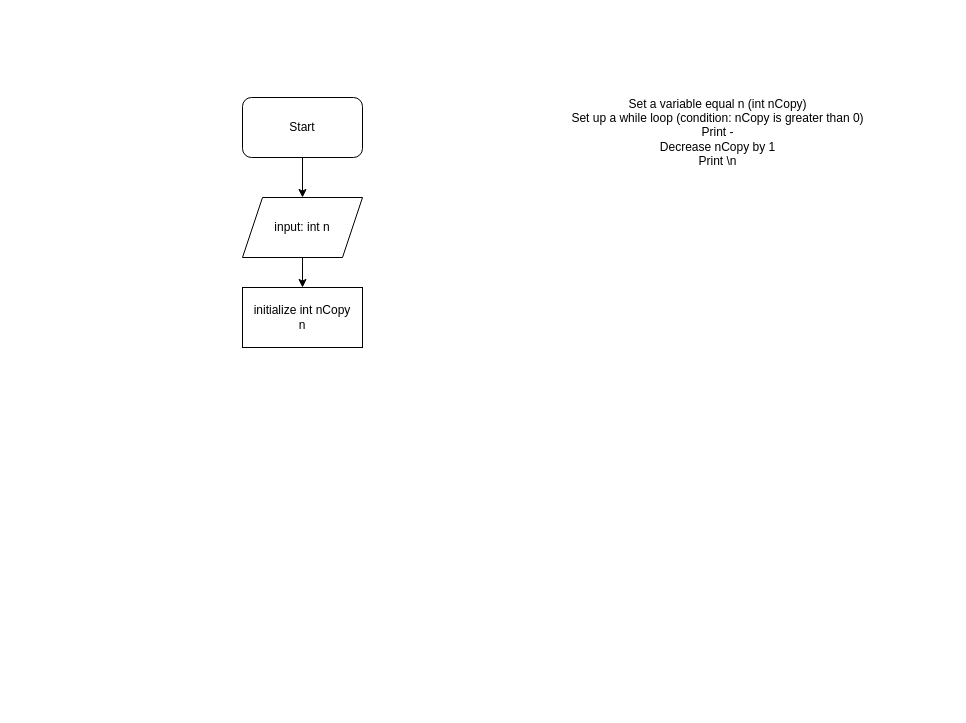
Earlier version of the draw.io diagram flowcharts/Untitled Diagram.drawio (0ussamaBernou/flowcharts). Source tidied: cells renumbered, new cells numbered last; positions are measured from the earlier drawing's top-left corner, leaving out a move shared by most shapes. Both pictures are drawn from the tidied source at 100%, with x=0, y=0 at pixel (242, 87).
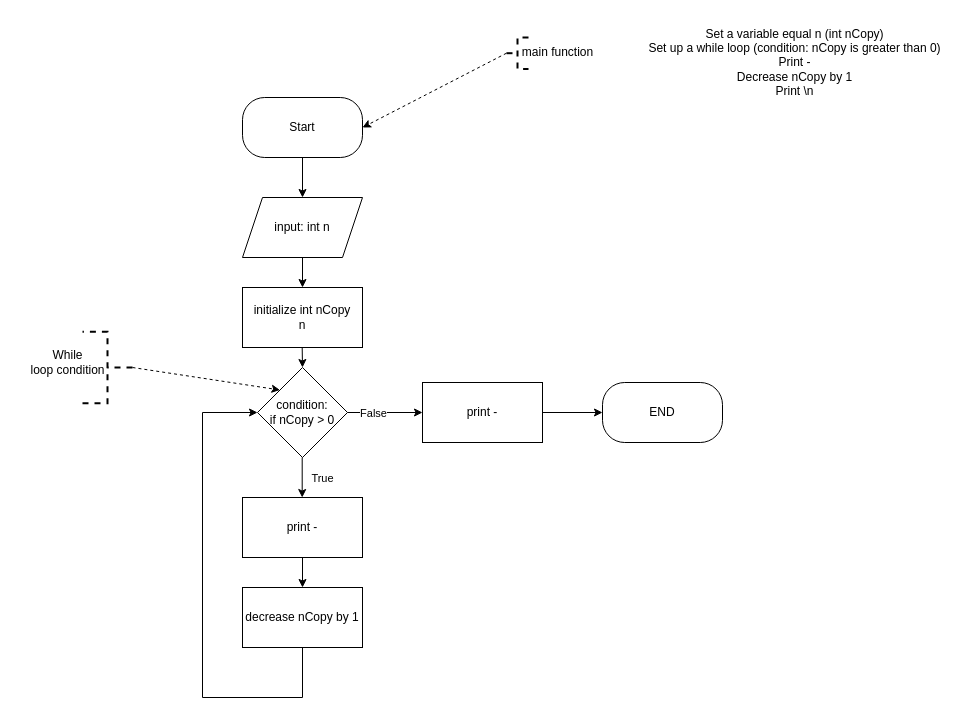
The same diagram, later.

What changed in the source:
```diff
@@
-    <mxCell id="2" value="Start" style="rounded=1;whiteSpace=wrap;html=1;align=center;" parent="1" vertex="1">
+    <mxCell id="2" value="Start" style="rounded=1;whiteSpace=wrap;html=1;align=center;arcSize=37;" parent="1" vertex="1">
       <mxGeometry y="10" width="120" height="60" as="geometry" />
     </mxCell>
@@
     <mxCell id="4" value="Set a variable equal n (int nCopy)&lt;br&gt;Set up a while loop (condition: nCopy is greater than 0)&lt;br&gt;Print -&lt;br&gt;Decrease nCopy by 1&lt;br&gt;Print \n" style="text;html=1;align=center;verticalAlign=middle;strokeColor=none;fillColor=none;" parent="1" vertex="1">
-      <mxGeometry x="320" width="310" height="90" as="geometry" />
+      <mxGeometry x="397" y="-70" width="310" height="90" as="geometry" />
     </mxCell>
@@
+    <mxCell id="8" value="&lt;div&gt;condition:&lt;/div&gt;&lt;div&gt;if nCopy &amp;gt; 0&lt;br&gt;&lt;/div&gt;" style="rhombus;whiteSpace=wrap;html=1;" parent="1" vertex="1">
+      <mxGeometry x="15" y="280" width="90" height="90" as="geometry" />
+    </mxCell>
+    <mxCell id="9" style="endArrow=classic;html=1;rounded=0;exitX=0.5;exitY=1;exitDx=0;exitDy=0;" parent="1" edge="1">
+      <mxGeometry relative="1" as="geometry">
+        <mxPoint x="59.7" y="260" as="sourcePoint" />
+        <mxPoint x="60" y="280" as="targetPoint" />
+      </mxGeometry>
+    </mxCell>
+    <mxCell id="10" style="endArrow=classic;html=1;rounded=0;" parent="1" edge="1">
+      <mxGeometry relative="1" as="geometry">
+        <mxPoint x="59.7" y="370" as="sourcePoint" />
+        <mxPoint x="59.7" y="410" as="targetPoint" />
+      </mxGeometry>
+    </mxCell>
+    <mxCell id="11" value="True" style="edgeLabel;html=1;align=center;verticalAlign=middle;" parent="10" vertex="1">
+      <mxGeometry x="-0.48" y="1" relative="1" as="geometry">
+        <mxPoint x="19" y="10" as="offset" />
+      </mxGeometry>
+    </mxCell>
+    <mxCell id="12" value="print -" style="rounded=0;whiteSpace=wrap;html=1;" parent="1" vertex="1">
+      <mxGeometry y="410" width="120" height="60" as="geometry" />
+    </mxCell>
+    <mxCell id="13" value="decrease nCopy by 1" style="rounded=0;whiteSpace=wrap;html=1;" parent="1" vertex="1">
+      <mxGeometry y="500" width="120" height="60" as="geometry" />
+    </mxCell>
+    <mxCell id="14" style="endArrow=classic;html=1;rounded=0;exitX=1;exitY=0.5;exitDx=0;exitDy=0;" parent="1" edge="1" source="8">
+      <mxGeometry relative="1" as="geometry">
+        <mxPoint x="180" y="325" as="targetPoint" />
+      </mxGeometry>
+    </mxCell>
+    <mxCell id="15" value="False" style="edgeLabel;html=1;align=center;verticalAlign=middle;" parent="14" vertex="1">
+      <mxGeometry x="-0.5" relative="1" as="geometry">
+        <mxPoint x="6" as="offset" />
+      </mxGeometry>
+    </mxCell>
+    <mxCell id="16" style="endArrow=classic;html=1;rounded=0;exitX=0.5;exitY=1;exitDx=0;exitDy=0;entryX=0.5;entryY=0;entryDx=0;entryDy=0;" parent="1" edge="1" source="12" target="13">
+      <mxGeometry relative="1" as="geometry" />
+    </mxCell>
+    <mxCell id="17" style="endArrow=classic;html=1;rounded=0;exitX=0.5;exitY=1;exitDx=0;exitDy=0;entryX=0;entryY=0.5;entryDx=0;entryDy=0;" parent="1" edge="1" source="13" target="8">
+      <mxGeometry relative="1" as="geometry">
+        <Array as="points">
+          <mxPoint x="60" y="610" />
+          <mxPoint x="-40" y="610" />
+          <mxPoint x="-40" y="325" />
+        </Array>
+      </mxGeometry>
+    </mxCell>
+    <mxCell id="18" value="print -" style="rounded=0;whiteSpace=wrap;html=1;" parent="1" vertex="1">
+      <mxGeometry x="180" y="295" width="120" height="60" as="geometry" />
+    </mxCell>
+    <mxCell id="19" value="END" style="rounded=1;whiteSpace=wrap;html=1;align=center;arcSize=37;" parent="1" vertex="1">
+      <mxGeometry x="360" y="295" width="120" height="60" as="geometry" />
+    </mxCell>
+    <mxCell id="20" style="endArrow=classic;html=1;rounded=0;exitX=1;exitY=0.5;exitDx=0;exitDy=0;entryX=0;entryY=0.5;entryDx=0;entryDy=0;" parent="1" edge="1" source="18" target="19">
+      <mxGeometry relative="1" as="geometry" />
+    </mxCell>
+    <mxCell id="21" style="strokeWidth=2;html=1;shape=mxgraph.flowchart.annotation_2;align=left;labelPosition=right;rotation=-180;dashed=1;" parent="1" vertex="1">
+      <mxGeometry x="-160" y="244.3" width="50" height="71.4" as="geometry" />
+    </mxCell>
+    <mxCell id="22" style="endArrow=classic;html=1;rounded=0;exitX=0;exitY=0.5;exitDx=0;exitDy=0;exitPerimeter=0;entryX=0;entryY=0;entryDx=0;entryDy=0;dashed=1;" parent="1" edge="1" source="21" target="8">
+      <mxGeometry relative="1" as="geometry" />
+    </mxCell>
+    <mxCell id="23" value="&lt;div&gt;While &lt;br&gt;&lt;/div&gt;&lt;div&gt;loop condition&lt;/div&gt;" style="text;html=1;align=center;verticalAlign=middle;strokeColor=none;fillColor=none;" parent="1" vertex="1">
+      <mxGeometry x="-225" y="255" width="100" height="40" as="geometry" />
+    </mxCell>
+    <mxCell id="24" style="strokeWidth=2;html=1;shape=mxgraph.flowchart.annotation_2;align=left;labelPosition=right;rotation=0;dashed=1;" parent="1" vertex="1">
+      <mxGeometry x="264" y="-50" width="22" height="31.4" as="geometry" />
+    </mxCell>
+    <mxCell id="25" style="endArrow=classic;html=1;rounded=0;exitX=0;exitY=0.5;exitDx=0;exitDy=0;exitPerimeter=0;entryX=1;entryY=0.5;entryDx=0;entryDy=0;dashed=1;" parent="1" edge="1" source="24" target="2">
+      <mxGeometry relative="1" as="geometry" />
+    </mxCell>
+    <mxCell id="26" value="main function" style="text;html=1;align=center;verticalAlign=middle;strokeColor=none;fillColor=none;" parent="1" vertex="1">
+      <mxGeometry x="270" y="-50" width="90" height="30" as="geometry" />
+    </mxCell>
```
